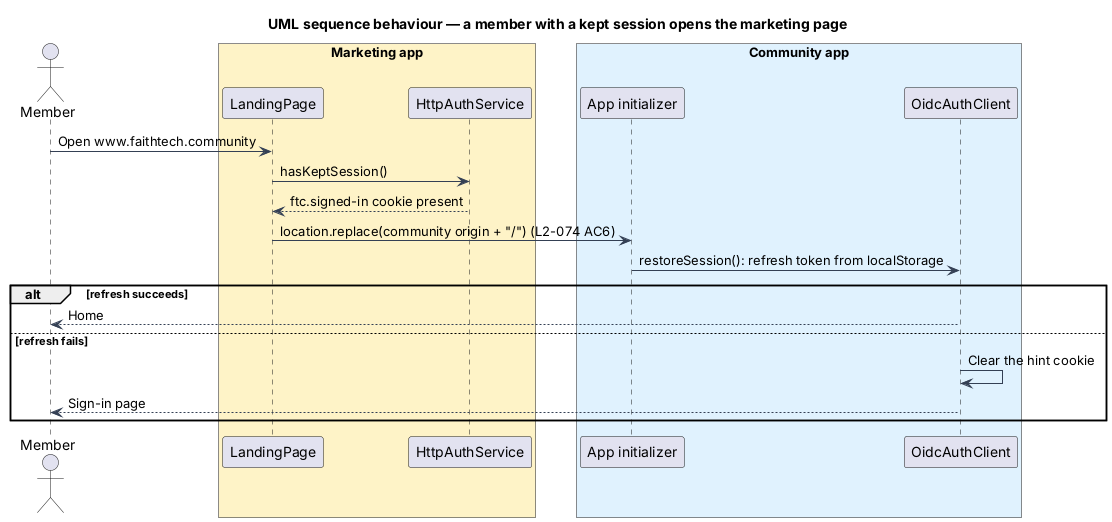
Before: docs/detailed-designs/marketing/landing-page/diagrams/sequence-signed-in-visitor.png, a diagram exported from PlantUML (QuinntyneBrown/faithtech-community). The source it was exported from:
```plantuml
@startuml
title UML sequence behaviour — a member with a kept session opens the marketing page
skinparam backgroundColor #FFFFFF
skinparam shadowing false
skinparam defaultFontName Arial
skinparam ArrowColor #344054
actor "Member" as actor
box "Marketing app" #FEF3C7
  participant "LandingPage" as page
  participant "HttpAuthService" as auth
end box
box "Community app" #E0F2FE
  participant "App initializer" as init
  participant "OidcAuthClient" as client
end box
actor -> page : Open www.faithtech.community
page -> auth : hasKeptSession()
auth --> page : ftc.signed-in cookie present
page -> init : location.replace(community origin + "/") (L2-074 AC6)
init -> client : restoreSession(): refresh token from localStorage
alt refresh succeeds
  client --> actor : Home
else refresh fails
  client -> client : Clear the hint cookie
  client --> actor : Sign-in page
end
@enduml
```
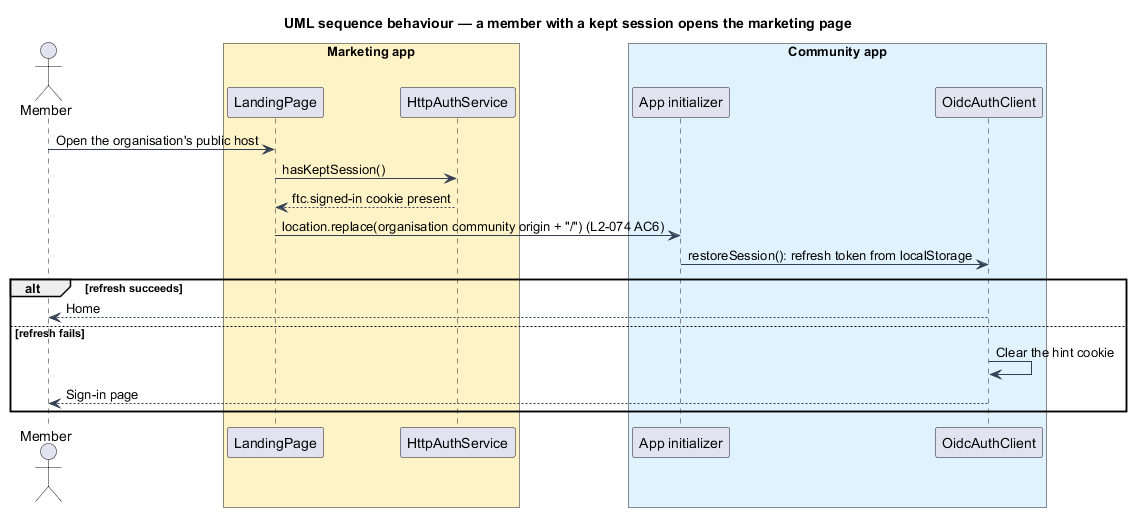
The same diagram one commit later.

Diff of the diagram source:
```diff
@@ -13,10 +13,10 @@
   participant "App initializer" as init
   participant "OidcAuthClient" as client
 end box
-actor -> page : Open www.faithtech.community
+actor -> page : Open the organisation's public host
 page -> auth : hasKeptSession()
 auth --> page : ftc.signed-in cookie present
-page -> init : location.replace(community origin + "/") (L2-074 AC6)
+page -> init : location.replace(organisation community origin + "/") (L2-074 AC6)
 init -> client : restoreSession(): refresh token from localStorage
 alt refresh succeeds
   client --> actor : Home
```
